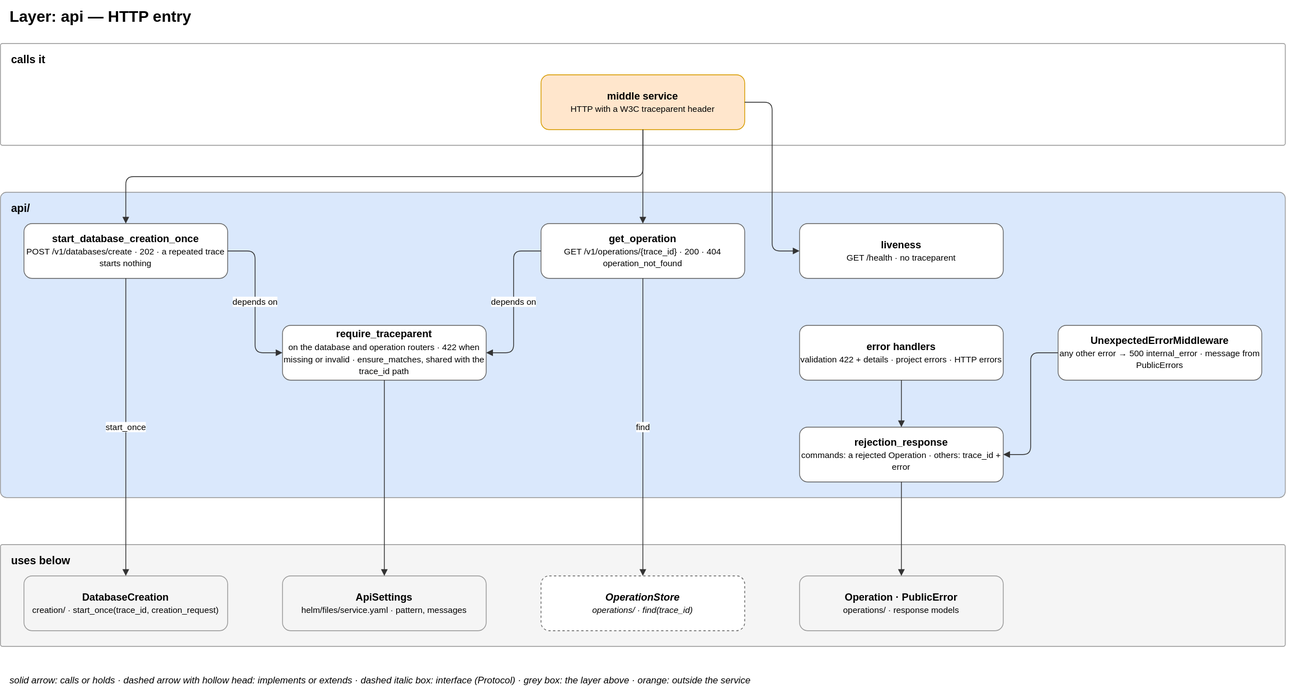
This is docs/diagrams/03-layer-api.drawio.svg from EliShteinman/redis-enterprise-services, a draw.io export, as it was before one commit. Source tidied: cells renumbered, new cells last; positions are measured from the earlier drawing's top-left corner, leaving out a move shared by most shapes.
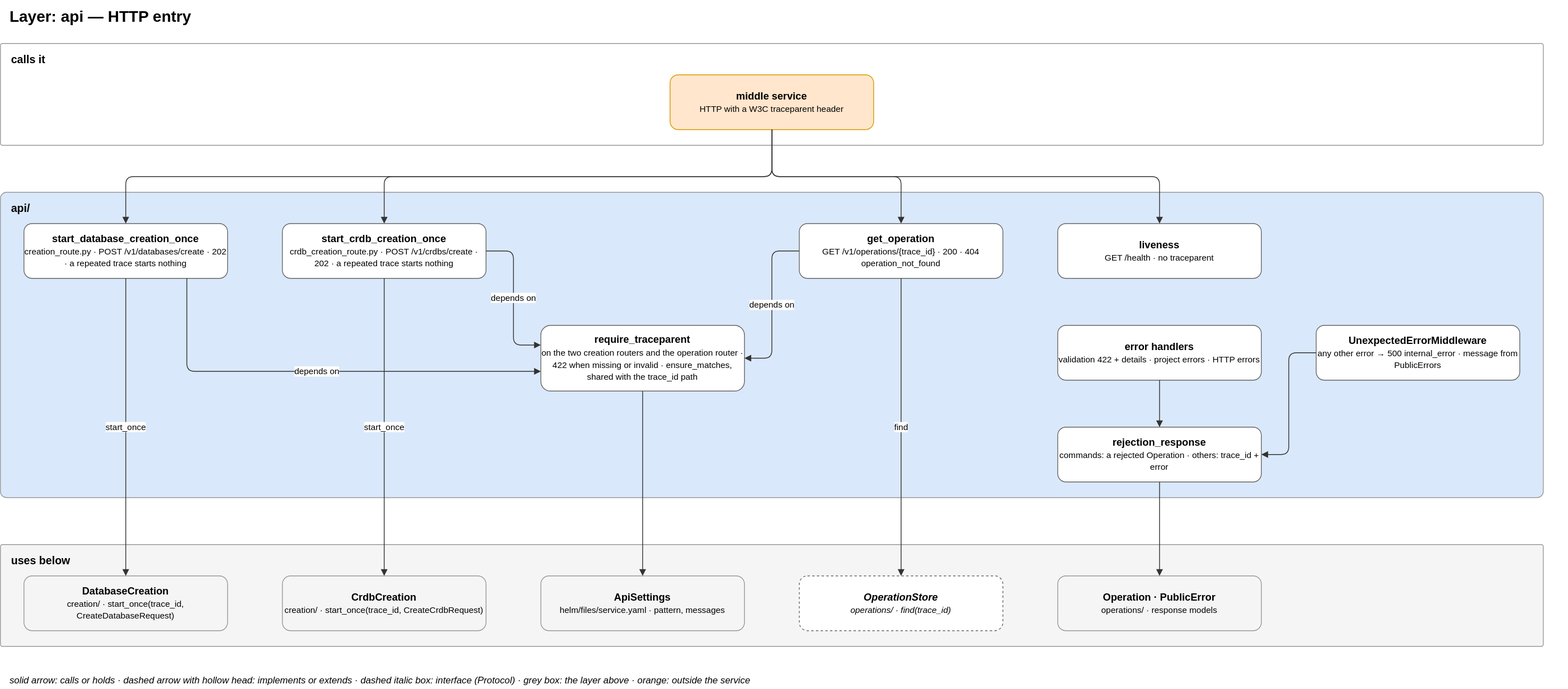
After the change.

Commit message:
docs: name the real classes and routes of single-site and Active-Active creation

Change to the diagram source:
```diff
@@ -3,19 +3,19 @@
     <mxCell id="0" />
     <mxCell id="1" parent="0" />
     <mxCell id="2" value="&lt;b&gt;Layer: api — HTTP entry&lt;/b&gt;" style="text;html=1;fontSize=20;align=left;verticalAlign=middle;" parent="1" vertex="1">
-      <mxGeometry x="10" width="1660" height="40" as="geometry" />
+      <mxGeometry x="-320" width="1990" height="40" as="geometry" />
     </mxCell>
     <mxCell id="3" value="&lt;b&gt;calls it&lt;/b&gt;" style="rounded=1;arcSize=2;fillColor=#ffffff;strokeColor=#999999;verticalAlign=top;align=left;spacingLeft=12;spacingTop=6;html=1;fontSize=14;" parent="1" vertex="1">
-      <mxGeometry y="55" width="1640" height="130" as="geometry" />
+      <mxGeometry x="-330" y="55" width="1970" height="130" as="geometry" />
     </mxCell>
     <mxCell id="4" value="&lt;b&gt;middle service&lt;/b&gt;&lt;br&gt;&lt;font style='font-size:11px'&gt;HTTP with a W3C traceparent header&lt;/font&gt;" style="rounded=1;whiteSpace=wrap;html=1;fillColor=#ffe6cc;strokeColor=#d79b00;fontSize=13;" parent="1" vertex="1">
-      <mxGeometry x="690" y="95" width="260" height="70" as="geometry" />
+      <mxGeometry x="525" y="95" width="260" height="70" as="geometry" />
     </mxCell>
     <mxCell id="5" value="&lt;b&gt;api/&lt;/b&gt;" style="rounded=1;arcSize=2;fillColor=#dae8fc;strokeColor=#999999;verticalAlign=top;align=left;spacingLeft=12;spacingTop=6;html=1;fontSize=14;" parent="1" vertex="1">
-      <mxGeometry y="245" width="1640" height="390" as="geometry" />
+      <mxGeometry x="-330" y="245" width="1970" height="390" as="geometry" />
     </mxCell>
-    <mxCell id="6" value="&lt;b&gt;start_database_creation_once&lt;/b&gt;&lt;br&gt;&lt;font style='font-size:11px'&gt;POST /v1/databases/create · 202 · a repeated trace starts nothing&lt;/font&gt;" style="rounded=1;whiteSpace=wrap;html=1;fillColor=#ffffff;strokeColor=#666666;fontSize=13;" parent="1" vertex="1">
-      <mxGeometry x="30" y="285" width="260" height="70" as="geometry" />
+    <mxCell id="6" value="&lt;b&gt;start_database_creation_once&lt;/b&gt;&lt;br&gt;&lt;font style='font-size:11px'&gt;creation_route.py · POST /v1/databases/create · 202 · a repeated trace starts nothing&lt;/font&gt;" style="rounded=1;whiteSpace=wrap;html=1;fillColor=#ffffff;strokeColor=#666666;fontSize=13;" parent="1" vertex="1">
+      <mxGeometry x="-300" y="285" width="260" height="70" as="geometry" />
     </mxCell>
     <mxCell id="7" value="&lt;b&gt;get_operation&lt;/b&gt;&lt;br&gt;&lt;font style='font-size:11px'&gt;GET /v1/operations/{trace_id} · 200 · 404 operation_not_found&lt;/font&gt;" style="rounded=1;whiteSpace=wrap;html=1;fillColor=#ffffff;strokeColor=#666666;fontSize=13;" parent="1" vertex="1">
       <mxGeometry x="690" y="285" width="260" height="70" as="geometry" />
@@ -23,8 +23,8 @@
     <mxCell id="8" value="&lt;b&gt;liveness&lt;/b&gt;&lt;br&gt;&lt;font style='font-size:11px'&gt;GET /health · no traceparent&lt;/font&gt;" style="rounded=1;whiteSpace=wrap;html=1;fillColor=#ffffff;strokeColor=#666666;fontSize=13;" parent="1" vertex="1">
       <mxGeometry x="1020" y="285" width="260" height="70" as="geometry" />
     </mxCell>
-    <mxCell id="9" value="&lt;b&gt;require_traceparent&lt;/b&gt;&lt;br&gt;&lt;font style='font-size:11px'&gt;on the database and operation routers · 422 when missing or invalid · ensure_matches, shared with the trace_id path&lt;/font&gt;" style="rounded=1;whiteSpace=wrap;html=1;fillColor=#ffffff;strokeColor=#666666;fontSize=13;" parent="1" vertex="1">
-      <mxGeometry x="360" y="415" width="260" height="70" as="geometry" />
+    <mxCell id="9" value="&lt;b&gt;require_traceparent&lt;/b&gt;&lt;br&gt;&lt;font style='font-size:11px'&gt;on the two creation routers and the operation router · 422 when missing or invalid · ensure_matches, shared with the trace_id path&lt;/font&gt;" style="rounded=1;whiteSpace=wrap;html=1;fillColor=#ffffff;strokeColor=#666666;fontSize=13;" parent="1" vertex="1">
+      <mxGeometry x="360" y="415" width="260" height="84" as="geometry" />
     </mxCell>
     <mxCell id="10" value="&lt;b&gt;error handlers&lt;/b&gt;&lt;br&gt;&lt;font style='font-size:11px'&gt;validation 422 + details · project errors · HTTP errors&lt;/font&gt;" style="rounded=1;whiteSpace=wrap;html=1;fillColor=#ffffff;strokeColor=#666666;fontSize=13;" parent="1" vertex="1">
       <mxGeometry x="1020" y="415" width="260" height="70" as="geometry" />
@@ -36,10 +36,10 @@
       <mxGeometry x="1020" y="545" width="260" height="70" as="geometry" />
     </mxCell>
     <mxCell id="13" value="&lt;b&gt;uses below&lt;/b&gt;" style="rounded=1;arcSize=2;fillColor=#f5f5f5;strokeColor=#999999;verticalAlign=top;align=left;spacingLeft=12;spacingTop=6;html=1;fontSize=14;" parent="1" vertex="1">
-      <mxGeometry y="695" width="1640" height="130" as="geometry" />
+      <mxGeometry x="-330" y="695" width="1970" height="130" as="geometry" />
     </mxCell>
-    <mxCell id="14" value="&lt;b&gt;DatabaseCreation&lt;/b&gt;&lt;br&gt;&lt;font style='font-size:11px'&gt;creation/ · start_once(trace_id, creation_request)&lt;/font&gt;" style="rounded=1;whiteSpace=wrap;html=1;fillColor=#f5f5f5;strokeColor=#999999;fontSize=13;" parent="1" vertex="1">
-      <mxGeometry x="30" y="735" width="260" height="70" as="geometry" />
+    <mxCell id="14" value="&lt;b&gt;DatabaseCreation&lt;/b&gt;&lt;br&gt;&lt;font style='font-size:11px'&gt;creation/ · start_once(trace_id, CreateDatabaseRequest)&lt;/font&gt;" style="rounded=1;whiteSpace=wrap;html=1;fillColor=#f5f5f5;strokeColor=#999999;fontSize=13;" parent="1" vertex="1">
+      <mxGeometry x="-300" y="735" width="260" height="70" as="geometry" />
     </mxCell>
     <mxCell id="15" value="&lt;b&gt;ApiSettings&lt;/b&gt;&lt;br&gt;&lt;font style='font-size:11px'&gt;helm/files/service.yaml · pattern, messages&lt;/font&gt;" style="rounded=1;whiteSpace=wrap;html=1;fillColor=#f5f5f5;strokeColor=#999999;fontSize=13;" parent="1" vertex="1">
       <mxGeometry x="360" y="735" width="260" height="70" as="geometry" />
@@ -56,10 +56,10 @@
     <mxCell id="19" style="edgeStyle=orthogonalEdgeStyle;rounded=1;html=1;fontSize=11;labelBackgroundColor=#ffffff;exitX=0.5;exitY=1;entryX=0.5;entryY=0;endArrow=block;strokeColor=#333333;" parent="1" edge="1" source="4" target="7">
       <mxGeometry relative="1" as="geometry" />
     </mxCell>
-    <mxCell id="20" style="edgeStyle=orthogonalEdgeStyle;rounded=1;html=1;fontSize=11;labelBackgroundColor=#ffffff;exitX=1;exitY=0.5;entryX=0;entryY=0.5;endArrow=block;strokeColor=#333333;" parent="1" edge="1" source="4" target="8">
+    <mxCell id="20" style="edgeStyle=orthogonalEdgeStyle;rounded=1;html=1;fontSize=11;labelBackgroundColor=#ffffff;exitX=0.5;exitY=1;entryX=0.5;entryY=0;endArrow=block;strokeColor=#333333;" parent="1" edge="1" source="4" target="8">
       <mxGeometry relative="1" as="geometry" />
     </mxCell>
-    <mxCell id="21" value="depends on" style="edgeStyle=orthogonalEdgeStyle;rounded=1;html=1;fontSize=11;labelBackgroundColor=#ffffff;exitX=1;exitY=0.5;entryX=0;entryY=0.5;endArrow=block;strokeColor=#333333;" parent="1" edge="1" source="6" target="9">
+    <mxCell id="21" value="depends on" style="edgeStyle=orthogonalEdgeStyle;rounded=1;html=1;fontSize=11;labelBackgroundColor=#ffffff;exitX=0.8;exitY=1;entryX=0;entryY=0.7;endArrow=block;strokeColor=#333333;" parent="1" edge="1" source="6" target="9">
       <mxGeometry relative="1" as="geometry" />
     </mxCell>
     <mxCell id="22" value="depends on" style="edgeStyle=orthogonalEdgeStyle;rounded=1;html=1;fontSize=11;labelBackgroundColor=#ffffff;exitX=0;exitY=0.5;entryX=1;entryY=0.5;endArrow=block;strokeColor=#333333;" parent="1" edge="1" source="7" target="9">
@@ -83,8 +83,23 @@
     <mxCell id="28" style="edgeStyle=orthogonalEdgeStyle;rounded=1;html=1;fontSize=11;labelBackgroundColor=#ffffff;exitX=0.5;exitY=1;entryX=0.5;entryY=0;endArrow=block;strokeColor=#333333;" parent="1" edge="1" source="12" target="17">
       <mxGeometry relative="1" as="geometry" />
     </mxCell>
+    <mxCell id="30" value="&lt;b&gt;start_crdb_creation_once&lt;/b&gt;&lt;br&gt;&lt;font style='font-size:11px'&gt;crdb_creation_route.py · POST /v1/crdbs/create · 202 · a repeated trace starts nothing&lt;/font&gt;" style="rounded=1;whiteSpace=wrap;html=1;fillColor=#ffffff;strokeColor=#666666;fontSize=13;" parent="1" vertex="1">
+      <mxGeometry x="30" y="285" width="260" height="70" as="geometry" />
+    </mxCell>
+    <mxCell id="31" value="&lt;b&gt;CrdbCreation&lt;/b&gt;&lt;br&gt;&lt;font style='font-size:11px'&gt;creation/ · start_once(trace_id, CreateCrdbRequest)&lt;/font&gt;" style="rounded=1;whiteSpace=wrap;html=1;fillColor=#f5f5f5;strokeColor=#999999;fontSize=13;" parent="1" vertex="1">
+      <mxGeometry x="30" y="735" width="260" height="70" as="geometry" />
+    </mxCell>
+    <mxCell id="32" style="edgeStyle=orthogonalEdgeStyle;rounded=1;html=1;fontSize=11;labelBackgroundColor=#ffffff;exitX=0.5;exitY=1;entryX=0.5;entryY=0;endArrow=block;strokeColor=#333333;" parent="1" edge="1" source="4" target="30">
+      <mxGeometry relative="1" as="geometry" />
+    </mxCell>
+    <mxCell id="33" value="depends on" style="edgeStyle=orthogonalEdgeStyle;rounded=1;html=1;fontSize=11;labelBackgroundColor=#ffffff;exitX=1;exitY=0.5;entryX=0;entryY=0.3;endArrow=block;strokeColor=#333333;" parent="1" edge="1" source="30" target="9">
+      <mxGeometry relative="1" as="geometry" />
+    </mxCell>
+    <mxCell id="34" value="start_once" style="edgeStyle=orthogonalEdgeStyle;rounded=1;html=1;fontSize=11;labelBackgroundColor=#ffffff;exitX=0.5;exitY=1;entryX=0.5;entryY=0;endArrow=block;strokeColor=#333333;" parent="1" edge="1" source="30" target="31">
+      <mxGeometry relative="1" as="geometry" />
+    </mxCell>
     <mxCell id="29" value="&lt;i&gt;solid arrow: calls or holds · dashed arrow with hollow head: implements or extends · dashed italic box: interface (Protocol) · grey box: the layer above · orange: outside the service&lt;/i&gt;" style="text;html=1;fontSize=12;align=left;" parent="1" vertex="1">
-      <mxGeometry x="10" y="855" width="1660" height="24" as="geometry" />
+      <mxGeometry x="-320" y="855" width="1990" height="24" as="geometry" />
     </mxCell>
   </root>
 </mxGraphModel>
```
